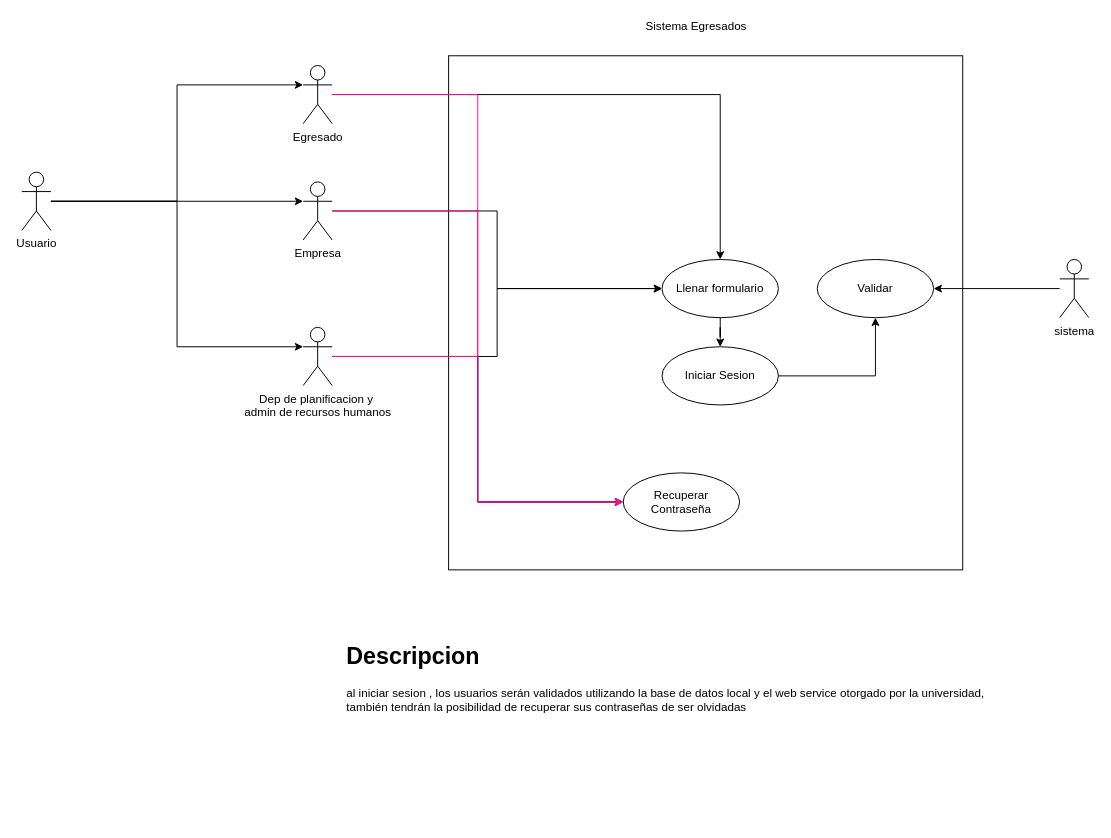
This is page "Modulo Login" (2 of 6) of Modelo datos.drawio from Jslquintero/Seguimiento-Egresados, a draw.io file, before an edit. Source tidied: cells renumbered, new cells numbered last; positions are measured from the earlier drawing's top-left corner, leaving out a move shared by most shapes. Both pictures are drawn from the tidied source at 97%, with x=0, y=0 at pixel (21, 16).
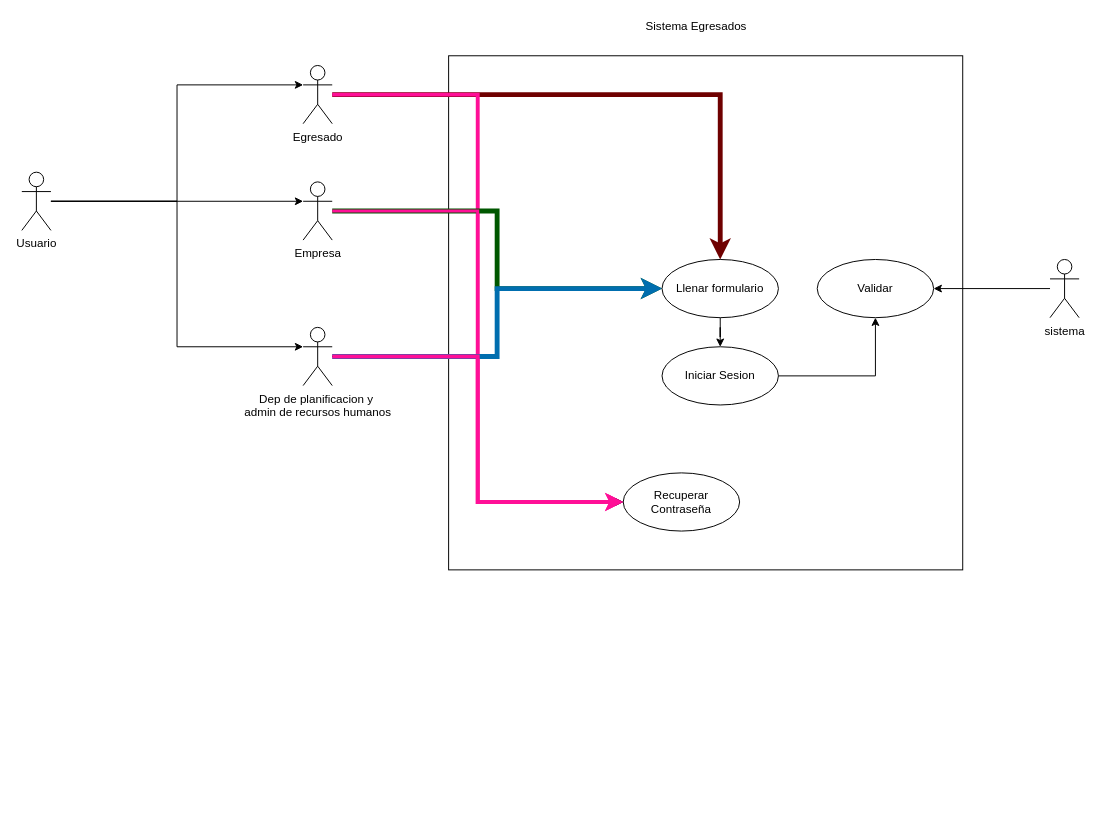
Above is the later version.

Unchanged cells that the change refers to:
```xml
<mxCell id="5" value="Egresado" style="shape=umlActor;verticalLabelPosition=bottom;verticalAlign=top;html=1;outlineConnect=0;" parent="1" vertex="1">
  <mxGeometry x="290" y="50" width="30" height="60" as="geometry" />
</mxCell>
<mxCell id="8" value="Empresa" style="shape=umlActor;verticalLabelPosition=bottom;verticalAlign=top;html=1;outlineConnect=0;" parent="1" vertex="1">
  <mxGeometry x="290" y="170" width="30" height="60" as="geometry" />
</mxCell>
<mxCell id="16" value="&lt;div&gt;Dep de planificacion y&amp;nbsp;&lt;/div&gt;&lt;div&gt;admin de recursos humanos&lt;/div&gt;" style="shape=umlActor;verticalLabelPosition=bottom;verticalAlign=top;html=1;outlineConnect=0;" parent="1" vertex="1">
  <mxGeometry x="290" y="320" width="30" height="60" as="geometry" />
</mxCell>
<mxCell id="20" value="Llenar formulario" style="ellipse;whiteSpace=wrap;html=1;" parent="1" vertex="1">
  <mxGeometry x="660" y="250" width="120" height="60" as="geometry" />
</mxCell>
<mxCell id="21" value="Recuperar Contraseña" style="ellipse;whiteSpace=wrap;html=1;" parent="1" vertex="1">
  <mxGeometry x="620" y="470" width="120" height="60" as="geometry" />
</mxCell>
```

What changed in the source:
```diff
@@
-    <mxCell id="3" style="edgeStyle=orthogonalEdgeStyle;rounded=0;jettySize=auto;html=1;entryX=0.5;entryY=0;entryDx=0;entryDy=0;" parent="1" edge="1" source="5" target="20">
+    <mxCell id="3" style="edgeStyle=orthogonalEdgeStyle;rounded=0;jettySize=auto;html=1;entryX=0.5;entryY=0;entryDx=0;entryDy=0;fillColor=#a20025;strokeColor=#6F0000;strokeWidth=5;" parent="1" edge="1" source="5" target="20">
       <mxGeometry relative="1" as="geometry" />
     </mxCell>
-    <mxCell id="4" style="edgeStyle=orthogonalEdgeStyle;rounded=0;jettySize=auto;html=1;entryX=0;entryY=0.5;entryDx=0;entryDy=0;strokeColor=#FF0F97;" parent="1" edge="1" source="5" target="21">
+    <mxCell id="4" style="edgeStyle=orthogonalEdgeStyle;rounded=0;jettySize=auto;html=1;entryX=0;entryY=0.5;entryDx=0;entryDy=0;strokeColor=#FF0F97;strokeWidth=4;" parent="1" edge="1" source="5" target="21">
       <mxGeometry relative="1" as="geometry" />
     </mxCell>
@@
-    <mxCell id="6" style="edgeStyle=orthogonalEdgeStyle;rounded=0;jettySize=auto;html=1;entryX=0;entryY=0.5;entryDx=0;entryDy=0;" parent="1" edge="1" source="8" target="20">
+    <mxCell id="6" style="edgeStyle=orthogonalEdgeStyle;rounded=0;jettySize=auto;html=1;entryX=0;entryY=0.5;entryDx=0;entryDy=0;fillColor=#008a00;strokeColor=#005700;strokeWidth=5;" parent="1" edge="1" source="8" target="20">
       <mxGeometry relative="1" as="geometry" />
     </mxCell>
-    <mxCell id="7" style="edgeStyle=orthogonalEdgeStyle;rounded=0;jettySize=auto;html=1;entryX=0;entryY=0.5;entryDx=0;entryDy=0;strokeColor=#FF0F97;" parent="1" edge="1" source="8" target="21">
+    <mxCell id="7" style="edgeStyle=orthogonalEdgeStyle;rounded=0;jettySize=auto;html=1;entryX=0;entryY=0.5;entryDx=0;entryDy=0;strokeColor=#FF0F97;strokeWidth=3;" parent="1" edge="1" source="8" target="21">
       <mxGeometry relative="1" as="geometry" />
     </mxCell>
@@
     <mxCell id="10" value="sistema" style="shape=umlActor;verticalLabelPosition=bottom;verticalAlign=top;html=1;outlineConnect=0;" parent="1" vertex="1">
-      <mxGeometry x="1070" y="250" width="30" height="60" as="geometry" />
+      <mxGeometry x="1060" y="250" width="30" height="60" as="geometry" />
     </mxCell>
@@
-    <mxCell id="13" style="edgeStyle=orthogonalEdgeStyle;rounded=0;jettySize=auto;html=1;entryX=0;entryY=0.5;entryDx=0;entryDy=0;" parent="1" edge="1" source="16" target="20">
+    <mxCell id="13" style="edgeStyle=orthogonalEdgeStyle;rounded=0;jettySize=auto;html=1;entryX=0;entryY=0.5;entryDx=0;entryDy=0;fillColor=#1ba1e2;strokeColor=#006EAF;strokeWidth=5;" parent="1" edge="1" source="16" target="20">
       <mxGeometry relative="1" as="geometry" />
     </mxCell>
@@
-    <mxCell id="15" style="edgeStyle=orthogonalEdgeStyle;rounded=0;jettySize=auto;html=1;entryX=0;entryY=0.5;entryDx=0;entryDy=0;strokeColor=#FF0F97;" parent="1" edge="1" source="16" target="21">
+    <mxCell id="15" style="edgeStyle=orthogonalEdgeStyle;rounded=0;jettySize=auto;html=1;entryX=0;entryY=0.5;entryDx=0;entryDy=0;strokeColor=#FF0F97;strokeWidth=4;" parent="1" edge="1" source="16" target="21">
       <mxGeometry relative="1" as="geometry" />
     </mxCell>
@@
-    <mxCell id="26" value="&lt;h1&gt;Descripcion&lt;/h1&gt;&lt;p&gt;al iniciar sesion , los usuarios serán validados utilizando la base de datos local y el web service otorgado por la universidad, también tendrán la posibilidad de recuperar sus contraseñas de ser olvidadas&lt;/p&gt;" style="text;html=1;strokeColor=none;fillColor=none;spacing=5;spacingTop=-20;whiteSpace=wrap;overflow=hidden;rounded=0;" parent="1" vertex="1">
-      <mxGeometry x="330" y="640" width="681" height="190" as="geometry" />
-    </mxCell>
```
